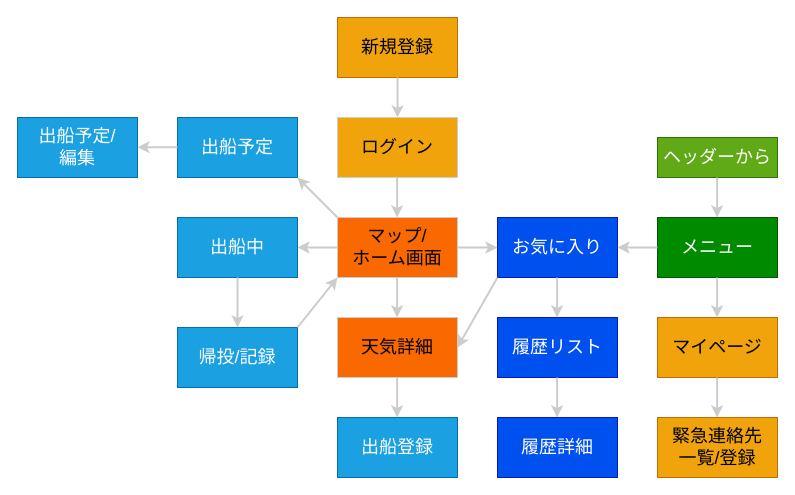
Above: 開発設計書/UI/画面遷移図.drawio in ragna1123/safety_kayak_fishing_documents (draw.io), before the change. Source tidied: cells renumbered, new cells numbered last; positions are measured from the earlier drawing's top-left corner, leaving out a move shared by most shapes. Both pictures are drawn from the tidied source at 100%, with x=0, y=0 at pixel (17, 17).
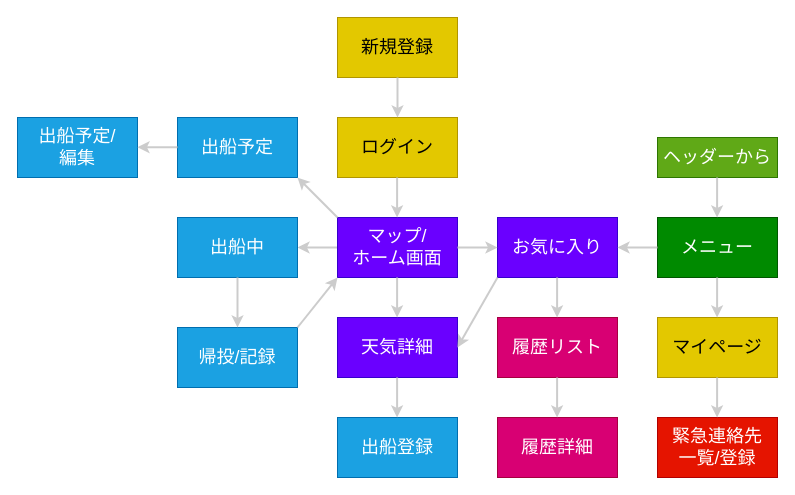
After the change.

What changed in the source:
```diff
@@
-    <mxCell id="2" value="ログイン" style="rounded=0;whiteSpace=wrap;html=1;fontSize=18;fillColor=#f0a30a;fontColor=#000000;strokeColor=#CCCCCC;" parent="1" vertex="1">
+    <mxCell id="2" value="ログイン" style="rounded=0;whiteSpace=wrap;html=1;fontSize=18;fillColor=#e3c800;fontColor=#000000;strokeColor=#B09500;" parent="1" vertex="1">
       <mxGeometry x="320" y="100" width="120" height="60" as="geometry" />
     </mxCell>
-    <mxCell id="3" value="新規登録" style="rounded=0;whiteSpace=wrap;html=1;fontSize=18;fillColor=#f0a30a;fontColor=#000000;strokeColor=#BD7000;" parent="1" vertex="1">
+    <mxCell id="3" value="新規登録" style="rounded=0;whiteSpace=wrap;html=1;fontSize=18;fillColor=#e3c800;fontColor=#000000;strokeColor=#B09500;" parent="1" vertex="1">
       <mxGeometry x="320" width="120" height="60" as="geometry" />
     </mxCell>
-    <mxCell id="4" value="マイページ" style="rounded=0;whiteSpace=wrap;html=1;fontSize=18;fillColor=#f0a30a;fontColor=#000000;strokeColor=#BD7000;" parent="1" vertex="1">
+    <mxCell id="4" value="マイページ" style="rounded=0;whiteSpace=wrap;html=1;fontSize=18;fillColor=#e3c800;fontColor=#000000;strokeColor=#B09500;" parent="1" vertex="1">
       <mxGeometry x="640" y="300" width="120" height="60" as="geometry" />
     </mxCell>
-    <mxCell id="5" value="天気詳細" style="rounded=0;whiteSpace=wrap;html=1;fontSize=18;fillColor=#fa6800;fontColor=#000000;strokeColor=#CCCCCC;" parent="1" vertex="1">
+    <mxCell id="5" value="天気詳細" style="rounded=0;whiteSpace=wrap;html=1;fontSize=18;fillColor=#6a00ff;fontColor=#ffffff;strokeColor=#3700CC;" parent="1" vertex="1">
       <mxGeometry x="320" y="300" width="120" height="60" as="geometry" />
     </mxCell>
-    <mxCell id="6" value="お気に入り" style="rounded=0;whiteSpace=wrap;html=1;fontSize=18;fillColor=#0050ef;fontColor=#ffffff;strokeColor=#001DBC;" parent="1" vertex="1">
+    <mxCell id="6" value="お気に入り" style="rounded=0;whiteSpace=wrap;html=1;fontSize=18;fillColor=#6a00ff;fontColor=#ffffff;strokeColor=#3700CC;" parent="1" vertex="1">
       <mxGeometry x="480" y="200" width="120" height="60" as="geometry" />
     </mxCell>
@@
-    <mxCell id="9" value="履歴リスト" style="rounded=0;whiteSpace=wrap;html=1;fontSize=18;fillColor=#0050ef;fontColor=#ffffff;strokeColor=#001DBC;" parent="1" vertex="1">
+    <mxCell id="9" value="履歴リスト" style="rounded=0;whiteSpace=wrap;html=1;fontSize=18;fillColor=#d80073;fontColor=#ffffff;strokeColor=#A50040;" parent="1" vertex="1">
       <mxGeometry x="480" y="300" width="120" height="60" as="geometry" />
     </mxCell>
@@
-    <mxCell id="12" value="緊急連絡先&lt;br&gt;一覧/登録" style="rounded=0;whiteSpace=wrap;html=1;fontSize=18;fillColor=#f0a30a;fontColor=#000000;strokeColor=#BD7000;" parent="1" vertex="1">
+    <mxCell id="12" value="緊急連絡先&lt;br&gt;一覧/登録" style="rounded=0;whiteSpace=wrap;html=1;fontSize=18;fillColor=#e51400;fontColor=#ffffff;strokeColor=#B20000;" parent="1" vertex="1">
       <mxGeometry x="640" y="400" width="120" height="60" as="geometry" />
     </mxCell>
-    <mxCell id="13" value="マップ/&lt;br&gt;ホーム画面" style="rounded=0;whiteSpace=wrap;html=1;fontSize=18;fillColor=#fa6800;fontColor=#000000;strokeColor=#CCCCCC;" parent="1" vertex="1">
+    <mxCell id="13" value="マップ/&lt;br&gt;ホーム画面" style="rounded=0;whiteSpace=wrap;html=1;fontSize=18;fillColor=#6a00ff;fontColor=#ffffff;strokeColor=#3700CC;" parent="1" vertex="1">
       <mxGeometry x="320" y="200" width="120" height="60" as="geometry" />
     </mxCell>
-    <mxCell id="14" value="履歴詳細" style="rounded=0;whiteSpace=wrap;html=1;fontSize=18;fillColor=#0050ef;fontColor=#ffffff;strokeColor=#001DBC;" parent="1" vertex="1">
+    <mxCell id="14" value="履歴詳細" style="rounded=0;whiteSpace=wrap;html=1;fontSize=18;fillColor=#d80073;fontColor=#ffffff;strokeColor=#A50040;" parent="1" vertex="1">
       <mxGeometry x="480" y="400" width="120" height="60" as="geometry" />
     </mxCell>
```
